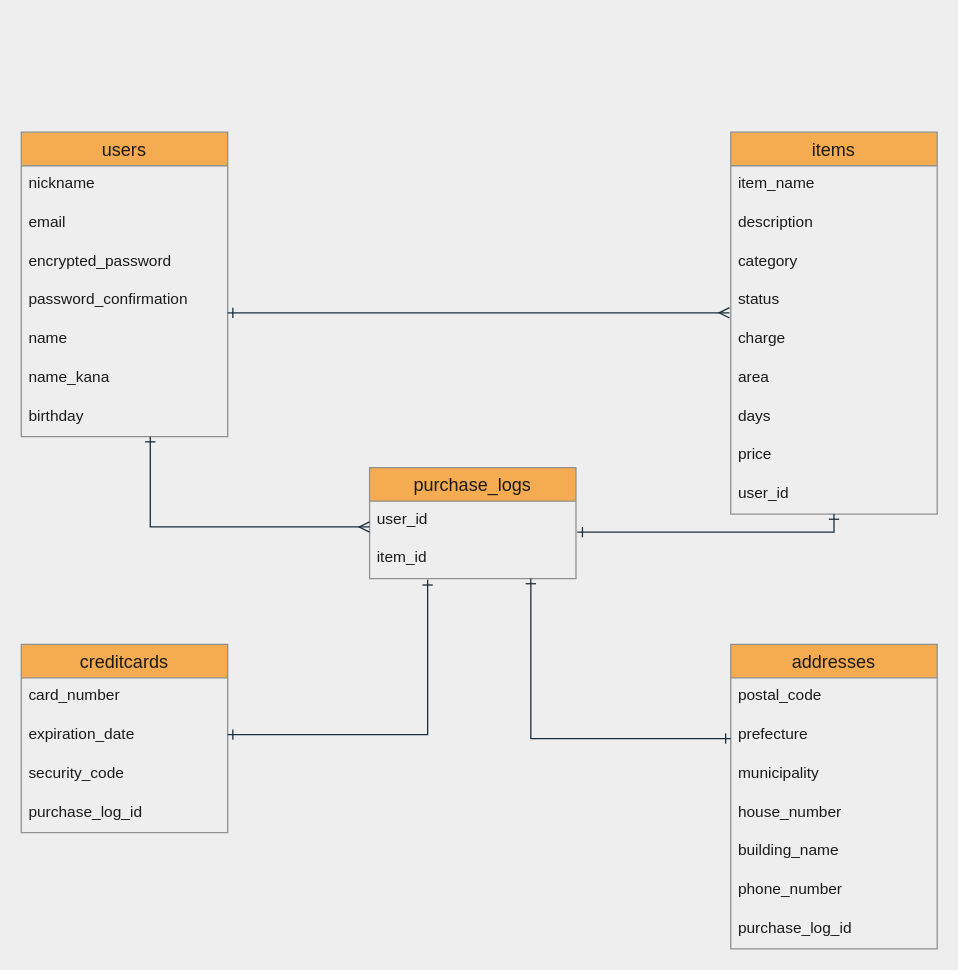
tekkotekko/furima-34327 keeps this draw.io diagram as er_fig.dio. Above is the earlier version. Source tidied: cells renumbered, new cells numbered last; positions are measured from the earlier drawing's top-left corner, leaving out a move shared by most shapes. Both pictures are drawn from the tidied source at 129%, with x=0, y=0 at pixel (21, 132).
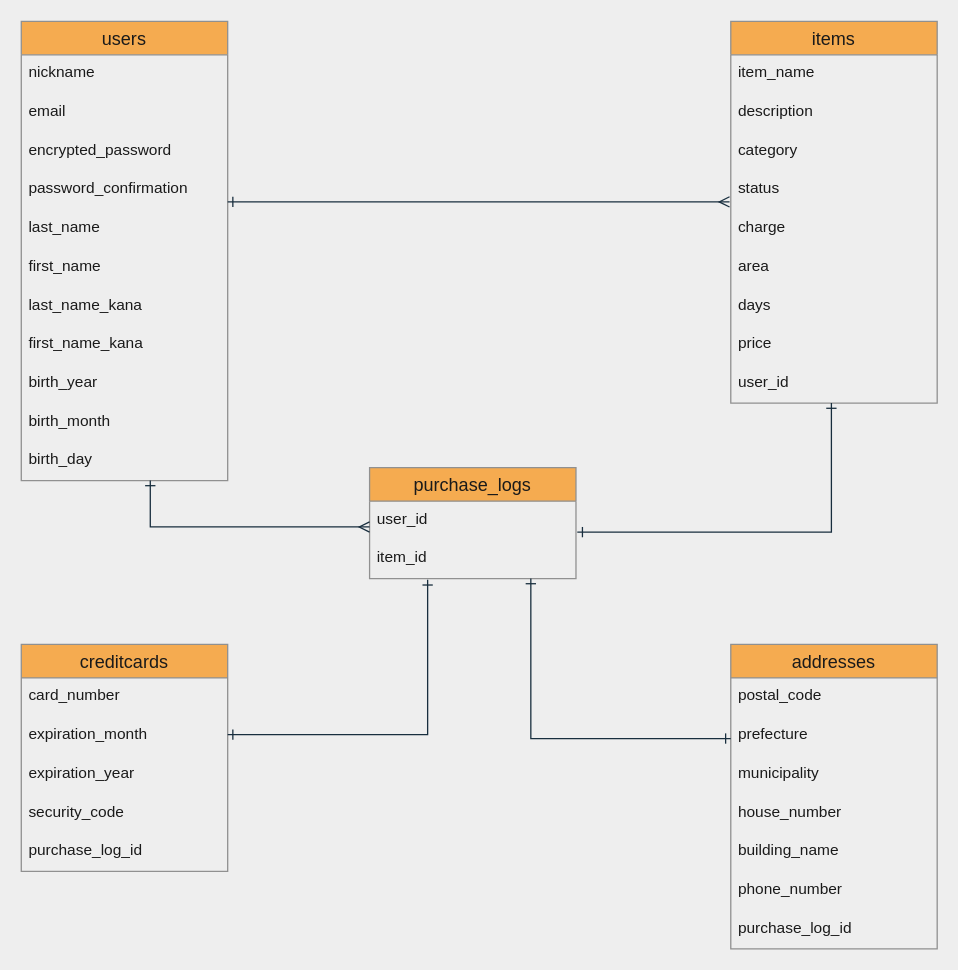
After the change.

Unchanged cells that the change refers to:
```xml
<mxCell id="14" value="status" style="text;strokeColor=none;fillColor=none;spacingLeft=4;spacingRight=4;overflow=hidden;points=[[0,0.5],[1,0.5]];portConstraint=eastwest;fontSize=12;fontColor=#1A1A1A;" parent="10" vertex="1">
  <mxGeometry y="116" width="160" height="30" as="geometry" />
</mxCell>
<mxCell id="19" value="user_id" style="text;strokeColor=none;fillColor=none;spacingLeft=4;spacingRight=4;overflow=hidden;points=[[0,0.5],[1,0.5]];portConstraint=eastwest;fontSize=12;fontColor=#1A1A1A;" parent="10" vertex="1">
  <mxGeometry y="266" width="160" height="30" as="geometry" />
</mxCell>
```

What changed in the source:
```diff
@@
     <mxCell id="2" value="users" style="swimlane;fontStyle=0;horizontal=1;startSize=26;align=center;fontSize=14;fillColor=#F5AB50;strokeColor=#909090;fontColor=#1A1A1A;" parent="1" vertex="1">
-      <mxGeometry width="160" height="236" as="geometry" />
+      <mxGeometry y="-86" width="160" height="356" as="geometry" />
     </mxCell>
@@
-    <mxCell id="7" value="name" style="text;strokeColor=none;fillColor=none;spacingLeft=4;spacingRight=4;overflow=hidden;fontSize=12;fontColor=#1A1A1A;" parent="2" vertex="1">
+    <mxCell id="7" value="last_name" style="text;strokeColor=none;fillColor=none;spacingLeft=4;spacingRight=4;overflow=hidden;fontSize=12;fontColor=#1A1A1A;" parent="2" vertex="1">
       <mxGeometry y="146" width="160" height="30" as="geometry" />
     </mxCell>
+    <mxCell id="41" value="first_name" style="text;strokeColor=none;fillColor=none;spacingLeft=4;spacingRight=4;overflow=hidden;fontSize=12;fontColor=#1A1A1A;" parent="2" vertex="1">
+      <mxGeometry y="176" width="160" height="30" as="geometry" />
+    </mxCell>
-    <mxCell id="8" value="name_kana" style="text;strokeColor=none;fillColor=none;spacingLeft=4;spacingRight=4;overflow=hidden;fontSize=12;fontColor=#1A1A1A;" parent="2" vertex="1">
-      <mxGeometry y="176" width="160" height="30" as="geometry" />
+    <mxCell id="8" value="last_name_kana" style="text;strokeColor=none;fillColor=none;spacingLeft=4;spacingRight=4;overflow=hidden;fontSize=12;fontColor=#1A1A1A;" parent="2" vertex="1">
+      <mxGeometry y="206" width="160" height="30" as="geometry" />
     </mxCell>
+    <mxCell id="42" value="first_name_kana" style="text;strokeColor=none;fillColor=none;spacingLeft=4;spacingRight=4;overflow=hidden;fontSize=12;fontColor=#1A1A1A;" parent="2" vertex="1">
+      <mxGeometry y="236" width="160" height="30" as="geometry" />
+    </mxCell>
-    <mxCell id="9" value="birthday" style="text;strokeColor=none;fillColor=none;spacingLeft=4;spacingRight=4;overflow=hidden;fontSize=12;fontColor=#1A1A1A;" parent="2" vertex="1">
-      <mxGeometry y="206" width="160" height="30" as="geometry" />
+    <mxCell id="9" value="birth_year" style="text;strokeColor=none;fillColor=none;spacingLeft=4;spacingRight=4;overflow=hidden;fontSize=12;fontColor=#1A1A1A;" parent="2" vertex="1">
+      <mxGeometry y="266" width="160" height="30" as="geometry" />
     </mxCell>
+    <mxCell id="43" value="birth_month&#10;" style="text;strokeColor=none;fillColor=none;spacingLeft=4;spacingRight=4;overflow=hidden;fontSize=12;fontColor=#1A1A1A;" parent="2" vertex="1">
+      <mxGeometry y="296" width="160" height="30" as="geometry" />
+    </mxCell>
+    <mxCell id="44" value="birth_day" style="text;strokeColor=none;fillColor=none;spacingLeft=4;spacingRight=4;overflow=hidden;fontSize=12;fontColor=#1A1A1A;" parent="2" vertex="1">
+      <mxGeometry y="326" width="160" height="30" as="geometry" />
+    </mxCell>
     <mxCell id="10" value="items" style="swimlane;fontStyle=0;horizontal=1;startSize=26;align=center;fontSize=14;fillColor=#F5AB50;strokeColor=#909090;fontColor=#1A1A1A;" parent="1" vertex="1">
-      <mxGeometry x="550" width="160" height="296" as="geometry" />
+      <mxGeometry x="550" y="-86" width="160" height="296" as="geometry" />
     </mxCell>
@@
     <mxCell id="23" value="creditcards" style="swimlane;fontStyle=0;horizontal=1;startSize=26;align=center;fontSize=14;fillColor=#F5AB50;strokeColor=#909090;fontColor=#1A1A1A;" parent="1" vertex="1">
-      <mxGeometry y="397" width="160" height="146" as="geometry" />
+      <mxGeometry y="397" width="160" height="176" as="geometry" />
     </mxCell>
@@
-    <mxCell id="25" value="expiration_date" style="text;strokeColor=none;fillColor=none;spacingLeft=4;spacingRight=4;overflow=hidden;fontSize=12;fontColor=#1A1A1A;" parent="23" vertex="1">
+    <mxCell id="25" value="expiration_month" style="text;strokeColor=none;fillColor=none;spacingLeft=4;spacingRight=4;overflow=hidden;fontSize=12;fontColor=#1A1A1A;" parent="23" vertex="1">
       <mxGeometry y="56" width="160" height="30" as="geometry" />
     </mxCell>
+    <mxCell id="45" value="expiration_year" style="text;strokeColor=none;fillColor=none;spacingLeft=4;spacingRight=4;overflow=hidden;fontSize=12;fontColor=#1A1A1A;" parent="23" vertex="1">
+      <mxGeometry y="86" width="160" height="30" as="geometry" />
+    </mxCell>
     <mxCell id="26" value="security_code" style="text;strokeColor=none;fillColor=none;spacingLeft=4;spacingRight=4;overflow=hidden;fontSize=12;fontColor=#1A1A1A;" parent="23" vertex="1">
-      <mxGeometry y="86" width="160" height="30" as="geometry" />
+      <mxGeometry y="116" width="160" height="30" as="geometry" />
     </mxCell>
     <mxCell id="27" value="purchase_log_id" style="text;strokeColor=none;fillColor=none;spacingLeft=4;spacingRight=4;overflow=hidden;fontSize=12;fontColor=#1A1A1A;" parent="23" vertex="1">
-      <mxGeometry y="116" width="160" height="30" as="geometry" />
+      <mxGeometry y="146" width="160" height="30" as="geometry" />
     </mxCell>
@@
     <mxCell id="36" style="endArrow=ERmany;html=1;rounded=0;entryX=-0.006;entryY=0.8;entryDx=0;entryDy=0;entryPerimeter=0;startArrow=ERone;startFill=0;endFill=0;strokeColor=#182E3E;fontColor=#1A1A1A;labelBackgroundColor=#EEEEEE;" parent="1" edge="1" target="14">
       <mxGeometry relative="1" as="geometry">
-        <mxPoint x="160" y="140" as="sourcePoint" />
+        <mxPoint x="160" y="54" as="sourcePoint" />
       </mxGeometry>
     </mxCell>
     <mxCell id="37" style="endArrow=ERmany;html=1;rounded=0;edgeStyle=orthogonalEdgeStyle;startArrow=ERone;startFill=0;endFill=0;strokeColor=#182E3E;fontColor=#1A1A1A;labelBackgroundColor=#EEEEEE;" parent="1" edge="1">
       <mxGeometry relative="1" as="geometry">
-        <mxPoint x="100" y="236" as="sourcePoint" />
+        <mxPoint x="100" y="270" as="sourcePoint" />
         <mxPoint x="270" y="306" as="targetPoint" />
         <Array as="points">
           <mxPoint x="100" y="306" />
           <mxPoint x="270" y="306" />
         </Array>
       </mxGeometry>
     </mxCell>
-    <mxCell id="38" style="endArrow=ERone;html=1;rounded=0;edgeStyle=orthogonalEdgeStyle;startArrow=ERone;startFill=0;endFill=0;strokeColor=#182E3E;fontColor=#1A1A1A;labelBackgroundColor=#EEEEEE;" parent="1" edge="1">
+    <mxCell id="38" style="endArrow=ERone;html=1;rounded=0;edgeStyle=orthogonalEdgeStyle;startArrow=ERone;startFill=0;endFill=0;strokeColor=#182E3E;fontColor=#1A1A1A;labelBackgroundColor=#EEEEEE;" parent="1" edge="1" source="19">
       <mxGeometry relative="1" as="geometry">
-        <mxPoint x="630" y="296" as="sourcePoint" />
         <mxPoint x="431" y="310" as="targetPoint" />
         <Array as="points">
-          <mxPoint x="630" y="310" />
-          <mxPoint x="431" y="310" />
+          <mxPoint x="628" y="310" />
         </Array>
       </mxGeometry>
     </mxCell>
```
